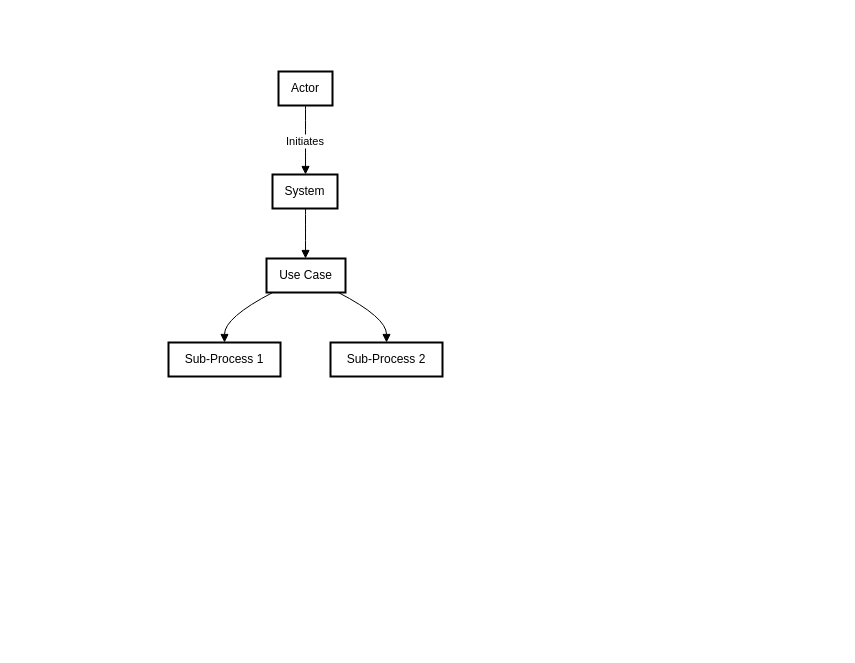
The draw.io diagram Untitled Diagram.drawio in terri-yaki/terri-yaki, before the edit. Source tidied: cells renumbered, new cells numbered last; positions are measured from the earlier drawing's top-left corner, leaving out a move shared by most shapes. Both pictures are drawn from the tidied source at 100%, with x=0, y=0 at pixel (168, 71).
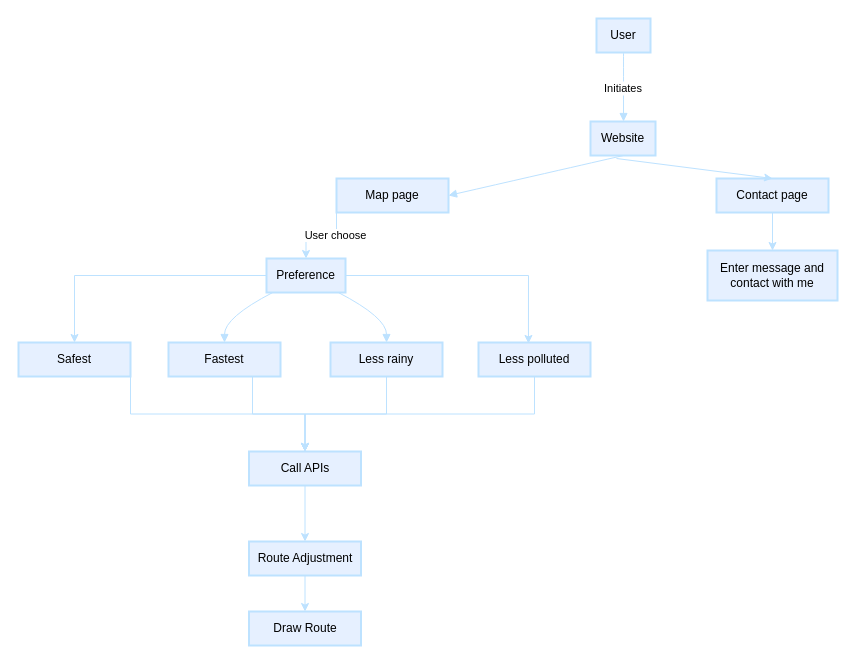
The same page after the edit.

What changed in the source:
```diff
@@
-    <mxCell id="2" value="Actor" style="whiteSpace=wrap;strokeWidth=2;" parent="1" vertex="1">
-      <mxGeometry x="110" width="54" height="34" as="geometry" />
+    <mxCell id="2" value="User" style="whiteSpace=wrap;strokeWidth=2;fillColor=#E6F0FF;shadow=0;strokeColor=#BDE2FF;" parent="1" vertex="1">
+      <mxGeometry x="428" y="-53" width="54" height="34" as="geometry" />
     </mxCell>
-    <mxCell id="3" value="System" style="whiteSpace=wrap;strokeWidth=2;" parent="1" vertex="1">
-      <mxGeometry x="104" y="103" width="65" height="34" as="geometry" />
+    <mxCell id="3" value="Website" style="whiteSpace=wrap;strokeWidth=2;fillColor=#E6F0FF;shadow=0;strokeColor=#BDE2FF;" parent="1" vertex="1">
+      <mxGeometry x="422" y="50" width="65" height="34" as="geometry" />
     </mxCell>
+    <mxCell id="11" style="edgeStyle=orthogonalEdgeStyle;rounded=0;jettySize=auto;html=1;exitX=0;exitY=0.5;exitDx=0;exitDy=0;entryX=0.5;entryY=0;entryDx=0;entryDy=0;fillColor=#E6F0FF;shadow=0;strokeColor=#BDE2FF;" parent="1" edge="1" source="4" target="18">
+      <mxGeometry relative="1" as="geometry" />
+    </mxCell>
+    <mxCell id="12" style="edgeStyle=orthogonalEdgeStyle;rounded=0;jettySize=auto;html=1;exitX=1;exitY=0.5;exitDx=0;exitDy=0;entryX=0.446;entryY=0.029;entryDx=0;entryDy=0;entryPerimeter=0;fillColor=#E6F0FF;shadow=0;strokeColor=#BDE2FF;" parent="1" edge="1" source="4" target="16">
+      <mxGeometry relative="1" as="geometry" />
+    </mxCell>
-    <mxCell id="4" value="Use Case" style="whiteSpace=wrap;strokeWidth=2;" parent="1" vertex="1">
+    <mxCell id="4" value="Preference" style="whiteSpace=wrap;strokeWidth=2;fillColor=#E6F0FF;shadow=0;strokeColor=#BDE2FF;" parent="1" vertex="1">
       <mxGeometry x="98" y="187" width="79" height="34" as="geometry" />
     </mxCell>
+    <mxCell id="13" style="edgeStyle=orthogonalEdgeStyle;rounded=0;jettySize=auto;html=1;exitX=0.75;exitY=1;exitDx=0;exitDy=0;entryX=0.5;entryY=0;entryDx=0;entryDy=0;fillColor=#E6F0FF;shadow=0;strokeColor=#BDE2FF;" parent="1" edge="1" source="5" target="20">
+      <mxGeometry relative="1" as="geometry" />
+    </mxCell>
-    <mxCell id="5" value="Sub-Process 1" style="whiteSpace=wrap;strokeWidth=2;" parent="1" vertex="1">
+    <mxCell id="5" value="Fastest" style="whiteSpace=wrap;strokeWidth=2;fillColor=#E6F0FF;shadow=0;strokeColor=#BDE2FF;" parent="1" vertex="1">
       <mxGeometry y="271" width="112" height="34" as="geometry" />
     </mxCell>
+    <mxCell id="14" style="edgeStyle=orthogonalEdgeStyle;rounded=0;jettySize=auto;html=1;exitX=0.5;exitY=1;exitDx=0;exitDy=0;entryX=0.5;entryY=0;entryDx=0;entryDy=0;fillColor=#E6F0FF;shadow=0;strokeColor=#BDE2FF;" parent="1" edge="1" source="6" target="20">
+      <mxGeometry relative="1" as="geometry" />
+    </mxCell>
-    <mxCell id="6" value="Sub-Process 2" style="whiteSpace=wrap;strokeWidth=2;" parent="1" vertex="1">
+    <mxCell id="6" value="Less rainy" style="whiteSpace=wrap;strokeWidth=2;fillColor=#E6F0FF;shadow=0;strokeColor=#BDE2FF;" parent="1" vertex="1">
       <mxGeometry x="162" y="271" width="112" height="34" as="geometry" />
     </mxCell>
-    <mxCell id="7" value="Initiates" style="curved=1;startArrow=none;endArrow=block;exitX=0.5006172745316116;exitY=1;entryX=0.5082051203801081;entryY=0;" parent="1" edge="1" source="2" target="3">
+    <mxCell id="7" value="Initiates" style="curved=1;startArrow=none;endArrow=block;exitX=0.5006172745316116;exitY=1;entryX=0.5082051203801081;entryY=0;fillColor=#E6F0FF;shadow=0;strokeColor=#BDE2FF;" parent="1" edge="1" source="2" target="3">
       <mxGeometry relative="1" as="geometry" />
     </mxCell>
-    <mxCell id="8" style="curved=1;startArrow=none;endArrow=block;exitX=0.5082051203801081;exitY=1;entryX=0.4940928205659118;entryY=0;" parent="1" edge="1" source="3" target="4">
+    <mxCell id="8" style="curved=1;startArrow=none;endArrow=block;exitX=0.5082051203801081;exitY=1;entryX=1;entryY=0.5;entryDx=0;entryDy=0;fillColor=#E6F0FF;shadow=0;strokeColor=#BDE2FF;" parent="1" edge="1" source="3" target="26">
       <mxGeometry relative="1" as="geometry" />
     </mxCell>
-    <mxCell id="9" style="curved=1;startArrow=none;endArrow=block;exitX=0.07899838747067076;exitY=1;entryX=0.5001488072531564;entryY=0;" parent="1" edge="1" source="4" target="5">
+    <mxCell id="9" style="curved=1;startArrow=none;endArrow=block;exitX=0.07899838747067076;exitY=1;entryX=0.5001488072531564;entryY=0;fillColor=#E6F0FF;shadow=0;strokeColor=#BDE2FF;" parent="1" edge="1" source="4" target="5">
       <mxGeometry relative="1" as="geometry">
         <Array as="points">
           <mxPoint x="56" y="246" />
         </Array>
       </mxGeometry>
     </mxCell>
-    <mxCell id="10" style="curved=1;startArrow=none;endArrow=block;exitX=0.909187253661153;exitY=1;entryX=0.5004464217594692;entryY=0;" parent="1" edge="1" source="4" target="6">
+    <mxCell id="10" style="curved=1;startArrow=none;endArrow=block;exitX=0.909187253661153;exitY=1;entryX=0.5004464217594692;entryY=0;fillColor=#E6F0FF;shadow=0;strokeColor=#BDE2FF;" parent="1" edge="1" source="4" target="6">
       <mxGeometry relative="1" as="geometry">
         <Array as="points">
           <mxPoint x="218" y="246" />
         </Array>
       </mxGeometry>
     </mxCell>
+    <mxCell id="15" style="edgeStyle=orthogonalEdgeStyle;rounded=0;jettySize=auto;html=1;exitX=0.5;exitY=1;exitDx=0;exitDy=0;entryX=0.5;entryY=0;entryDx=0;entryDy=0;fillColor=#E6F0FF;shadow=0;strokeColor=#BDE2FF;" parent="1" edge="1" source="16" target="20">
+      <mxGeometry relative="1" as="geometry" />
+    </mxCell>
+    <mxCell id="16" value="Less polluted" style="whiteSpace=wrap;strokeWidth=2;fillColor=#E6F0FF;shadow=0;strokeColor=#BDE2FF;" parent="1" vertex="1">
+      <mxGeometry x="310" y="271" width="112" height="34" as="geometry" />
+    </mxCell>
+    <mxCell id="17" style="edgeStyle=orthogonalEdgeStyle;rounded=0;jettySize=auto;html=1;exitX=1;exitY=1;exitDx=0;exitDy=0;entryX=0.5;entryY=0;entryDx=0;entryDy=0;fillColor=#E6F0FF;shadow=0;strokeColor=#BDE2FF;" parent="1" edge="1" source="18" target="20">
+      <mxGeometry relative="1" as="geometry" />
+    </mxCell>
+    <mxCell id="18" value="Safest" style="whiteSpace=wrap;strokeWidth=2;fillColor=#E6F0FF;shadow=0;strokeColor=#BDE2FF;" parent="1" vertex="1">
+      <mxGeometry x="-150" y="271" width="112" height="34" as="geometry" />
+    </mxCell>
+    <mxCell id="19" style="edgeStyle=orthogonalEdgeStyle;rounded=0;jettySize=auto;html=1;exitX=0.5;exitY=1;exitDx=0;exitDy=0;entryX=0.5;entryY=0;entryDx=0;entryDy=0;fillColor=#E6F0FF;shadow=0;strokeColor=#BDE2FF;" parent="1" edge="1" source="20" target="22">
+      <mxGeometry relative="1" as="geometry" />
+    </mxCell>
+    <mxCell id="20" value="Call APIs" style="whiteSpace=wrap;strokeWidth=2;fillColor=#E6F0FF;shadow=0;strokeColor=#BDE2FF;" parent="1" vertex="1">
+      <mxGeometry x="80.5" y="380" width="112" height="34" as="geometry" />
+    </mxCell>
+    <mxCell id="21" style="edgeStyle=orthogonalEdgeStyle;rounded=0;jettySize=auto;html=1;exitX=0.5;exitY=1;exitDx=0;exitDy=0;entryX=0.5;entryY=0;entryDx=0;entryDy=0;fillColor=#E6F0FF;shadow=0;strokeColor=#BDE2FF;" parent="1" edge="1" source="22" target="23">
+      <mxGeometry relative="1" as="geometry" />
+    </mxCell>
+    <mxCell id="22" value="Route Adjustment" style="whiteSpace=wrap;strokeWidth=2;fillColor=#E6F0FF;shadow=0;strokeColor=#BDE2FF;" parent="1" vertex="1">
+      <mxGeometry x="80.5" y="470" width="112" height="34" as="geometry" />
+    </mxCell>
+    <mxCell id="23" value="Draw Route" style="whiteSpace=wrap;strokeWidth=2;fillColor=#E6F0FF;shadow=0;strokeColor=#BDE2FF;" parent="1" vertex="1">
+      <mxGeometry x="80.5" y="540" width="112" height="34" as="geometry" />
+    </mxCell>
+    <mxCell id="24" style="edgeStyle=orthogonalEdgeStyle;rounded=0;jettySize=auto;html=1;exitX=0;exitY=1;exitDx=0;exitDy=0;entryX=0.5;entryY=0;entryDx=0;entryDy=0;fillColor=#E6F0FF;shadow=0;strokeColor=#BDE2FF;" parent="1" edge="1" source="26" target="4">
+      <mxGeometry relative="1" as="geometry" />
+    </mxCell>
+    <mxCell id="25" value="User choose" style="edgeLabel;html=1;align=center;verticalAlign=middle;fillColor=#E6F0FF;shadow=0;strokeColor=#BDE2FF;" parent="24" vertex="1">
+      <mxGeometry x="-0.35" y="-1" relative="1" as="geometry" />
+    </mxCell>
+    <mxCell id="26" value="Map page" style="whiteSpace=wrap;strokeWidth=2;fillColor=#E6F0FF;shadow=0;strokeColor=#BDE2FF;" parent="1" vertex="1">
+      <mxGeometry x="168" y="107" width="112" height="34" as="geometry" />
+    </mxCell>
+    <mxCell id="27" style="edgeStyle=orthogonalEdgeStyle;rounded=0;jettySize=auto;html=1;exitX=0.5;exitY=1;exitDx=0;exitDy=0;entryX=0.5;entryY=0;entryDx=0;entryDy=0;fillColor=#E6F0FF;shadow=0;strokeColor=#BDE2FF;" parent="1" edge="1" source="28" target="30">
+      <mxGeometry relative="1" as="geometry" />
+    </mxCell>
+    <mxCell id="28" value="Contact page" style="whiteSpace=wrap;strokeWidth=2;fillColor=#E6F0FF;shadow=0;strokeColor=#BDE2FF;" parent="1" vertex="1">
+      <mxGeometry x="548" y="107" width="112" height="34" as="geometry" />
+    </mxCell>
+    <mxCell id="29" style="endArrow=classic;html=1;rounded=0;entryX=0.5;entryY=0;entryDx=0;entryDy=0;fillColor=#E6F0FF;shadow=0;strokeColor=#BDE2FF;" parent="1" edge="1" target="28">
+      <mxGeometry relative="1" as="geometry">
+        <mxPoint x="448" y="87" as="sourcePoint" />
+      </mxGeometry>
+    </mxCell>
+    <mxCell id="30" value="Enter message and contact with me" style="whiteSpace=wrap;strokeWidth=2;fillColor=#E6F0FF;shadow=0;strokeColor=#BDE2FF;" parent="1" vertex="1">
+      <mxGeometry x="539" y="179" width="130" height="50" as="geometry" />
+    </mxCell>
```
